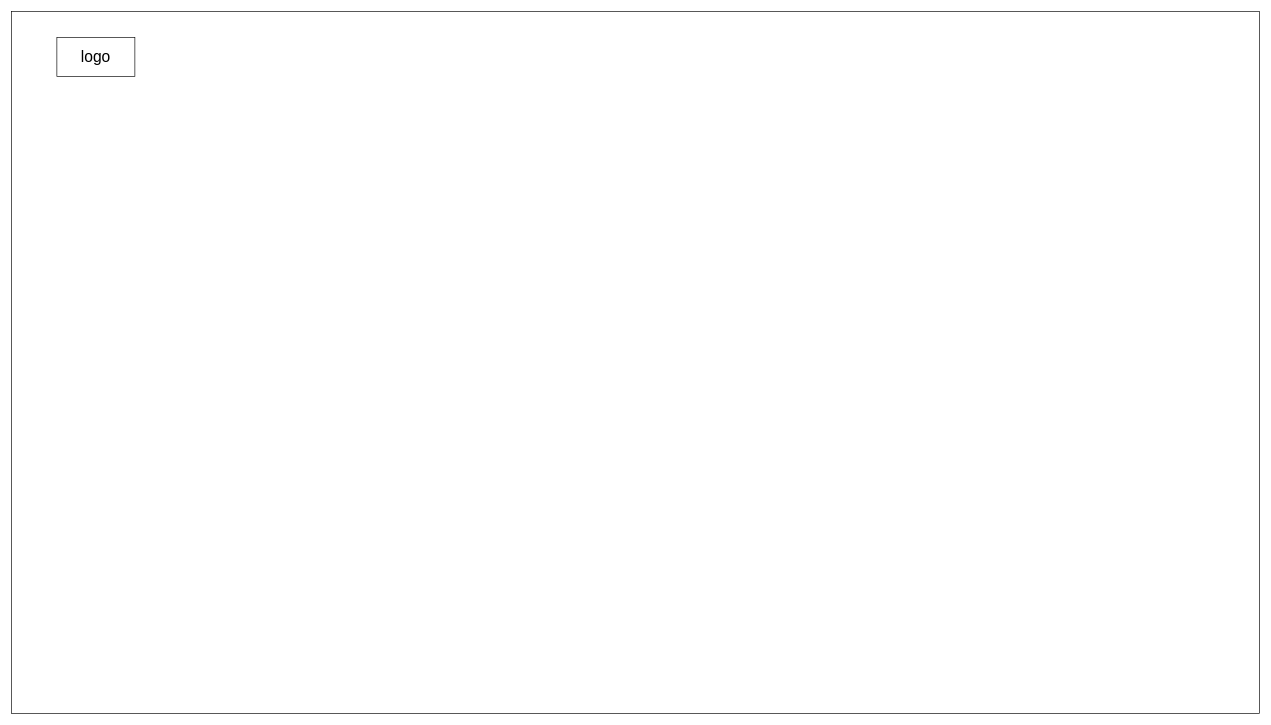
Krugou/InformationApplicationProject keeps this draw.io diagram as extrat/wireframe.drawio. Above is the earlier version. Source tidied: cells renumbered, new cells numbered last; positions are measured from the earlier drawing's top-left corner, leaving out a move shared by most shapes. Both pictures are drawn from the tidied source at 65%, with x=0, y=0 at pixel (11, 11).
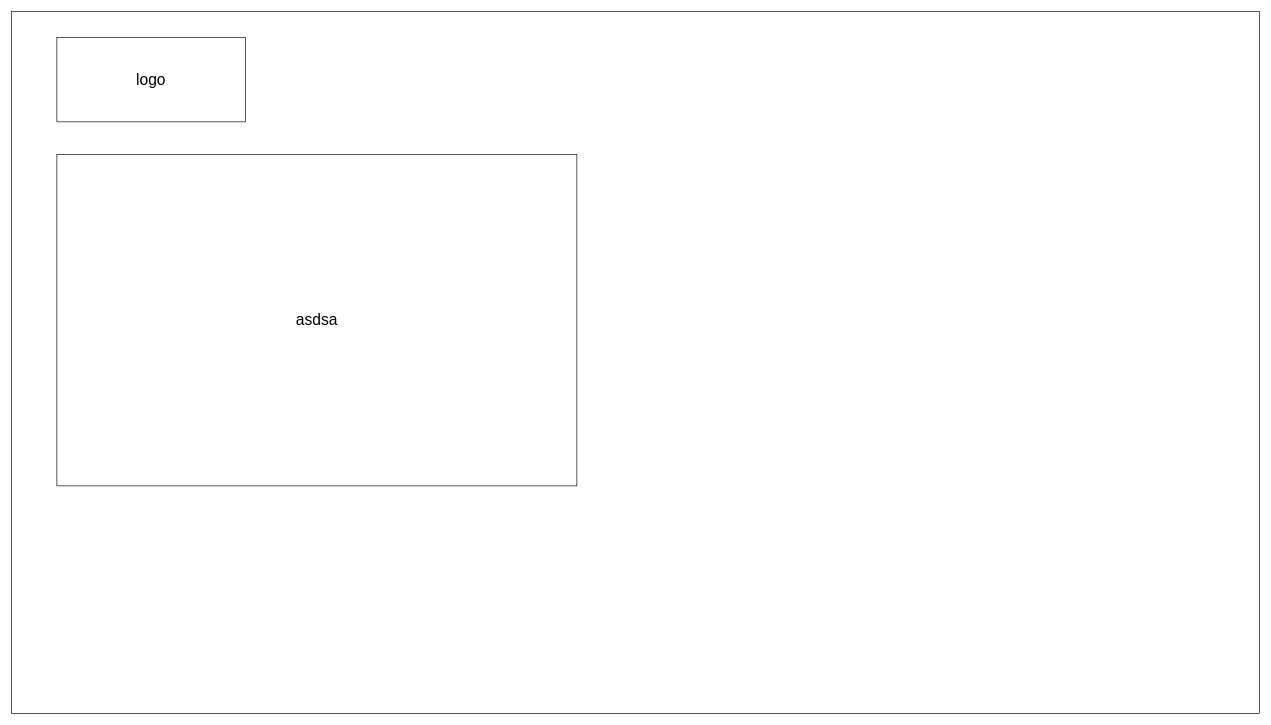
The same diagram, later.

What changed in the source:
```diff
@@
 <mxGraphModel>
   <root>
     <mxCell id="0" />
     <mxCell id="1" parent="0" />
     <mxCell id="2" style="whiteSpace=wrap;html=1;" parent="1" vertex="1">
       <mxGeometry width="1920" height="1080" as="geometry" />
     </mxCell>
     <mxCell id="3" value="&lt;font style=&quot;font-size: 24px;&quot;&gt;logo&lt;/font&gt;" style="rounded=0;whiteSpace=wrap;html=1;" parent="1" vertex="1">
-      <mxGeometry x="70" y="40" width="120" height="60" as="geometry" />
+      <mxGeometry x="70" y="40" width="290" height="130" as="geometry" />
     </mxCell>
+    <mxCell id="4" value="&lt;font style=&quot;font-size: 24px;&quot;&gt;asdsa&lt;/font&gt;" style="rounded=0;whiteSpace=wrap;html=1;" parent="1" vertex="1">
+      <mxGeometry x="70" y="220" width="800" height="510" as="geometry" />
+    </mxCell>
   </root>
 </mxGraphModel>
```
